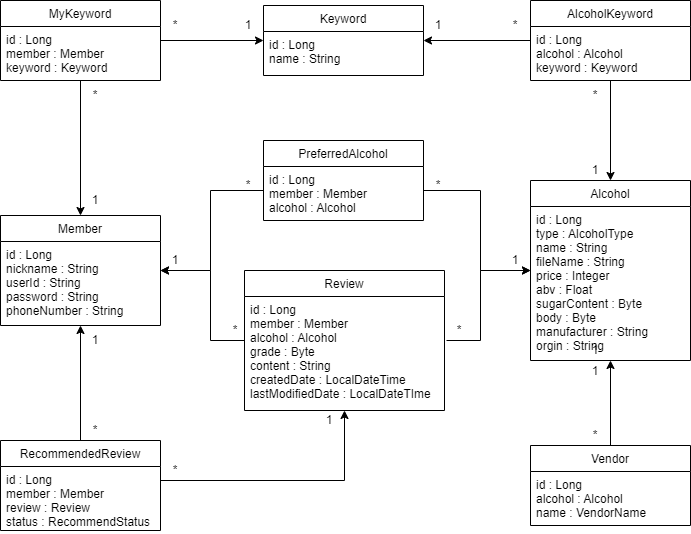
great-sprout/PyeonSool keeps this draw.io diagram as pyeonsool-class.png. Above is the earlier version. Source tidied: cells renumbered, new cells last; positions are measured from the earlier drawing's top-left corner, leaving out a move shared by most shapes.
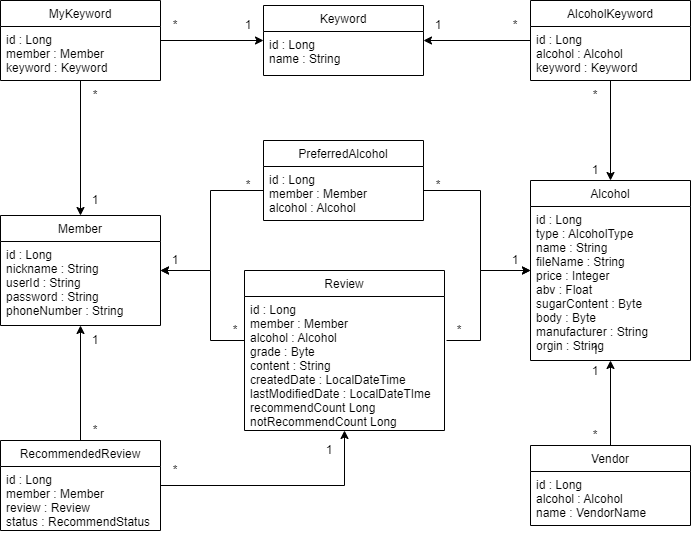
After the change.

What changed in the source:
```diff
@@ -67,10 +67,10 @@
       </mxGeometry>
     </mxCell>
     <mxCell id="20" value="Review" style="swimlane;fontStyle=0;align=center;verticalAlign=top;horizontal=1;startSize=26;rounded=0;shadow=0;strokeWidth=1;" parent="1" vertex="1">
-      <mxGeometry x="244" y="270" width="200" height="140" as="geometry" />
+      <mxGeometry x="244" y="270" width="200" height="160" as="geometry" />
     </mxCell>
-    <mxCell id="21" value="id : Long&#10;member : Member&#10;alcohol : Alcohol&#10;grade : Byte&#10;content : String&#10;createdDate : LocalDateTime&#10;lastModifiedDate : LocalDateTIme" style="text;align=left;verticalAlign=top;spacingLeft=4;spacingRight=4;overflow=hidden;" parent="20" vertex="1">
-      <mxGeometry y="26" width="200" height="114" as="geometry" />
+    <mxCell id="21" value="id : Long&#10;member : Member&#10;alcohol : Alcohol&#10;grade : Byte&#10;content : String&#10;createdDate : LocalDateTime&#10;lastModifiedDate : LocalDateTIme&#10;recommendCount Long&#10;notRecommendCount Long" style="text;align=left;verticalAlign=top;spacingLeft=4;spacingRight=4;overflow=hidden;" parent="20" vertex="1">
+      <mxGeometry y="26" width="200" height="134" as="geometry" />
     </mxCell>
     <mxCell id="22" style="edgeStyle=orthogonalEdgeStyle;rounded=0;jettySize=auto;html=1;" parent="1" edge="1" source="18" target="14">
       <mxGeometry relative="1" as="geometry">
@@ -158,7 +158,7 @@
     <mxCell id="46" style="edgeStyle=orthogonalEdgeStyle;rounded=0;jettySize=auto;html=1;" parent="1" edge="1" source="44" target="20">
       <mxGeometry relative="1" as="geometry">
         <Array as="points">
-          <mxPoint x="344" y="480" />
+          <mxPoint x="344" y="485" />
         </Array>
       </mxGeometry>
     </mxCell>
@@ -169,7 +169,7 @@
       <mxGeometry x="80" y="420" width="30" height="20" as="geometry" />
     </mxCell>
     <mxCell id="49" value="1" style="text;html=1;strokeColor=none;fillColor=none;align=center;verticalAlign=middle;whiteSpace=wrap;rounded=0;" parent="1" vertex="1">
-      <mxGeometry x="314" y="410" width="30" height="20" as="geometry" />
+      <mxGeometry x="314" y="440" width="30" height="20" as="geometry" />
     </mxCell>
     <mxCell id="50" value="*" style="text;html=1;strokeColor=none;fillColor=none;align=center;verticalAlign=middle;whiteSpace=wrap;rounded=0;" parent="1" vertex="1">
       <mxGeometry x="160" y="460" width="30" height="20" as="geometry" />
```
